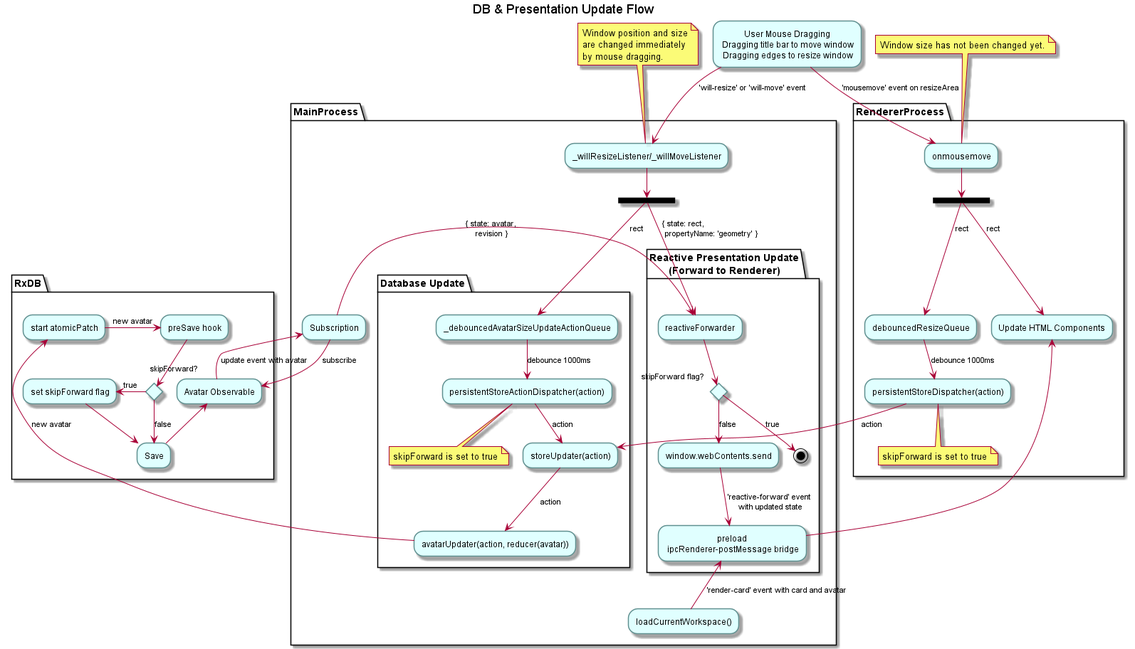
This is doc/rxdesktop_store.png from sosuisen/rxdesktop, a PlantUML export, as it was before one commit.
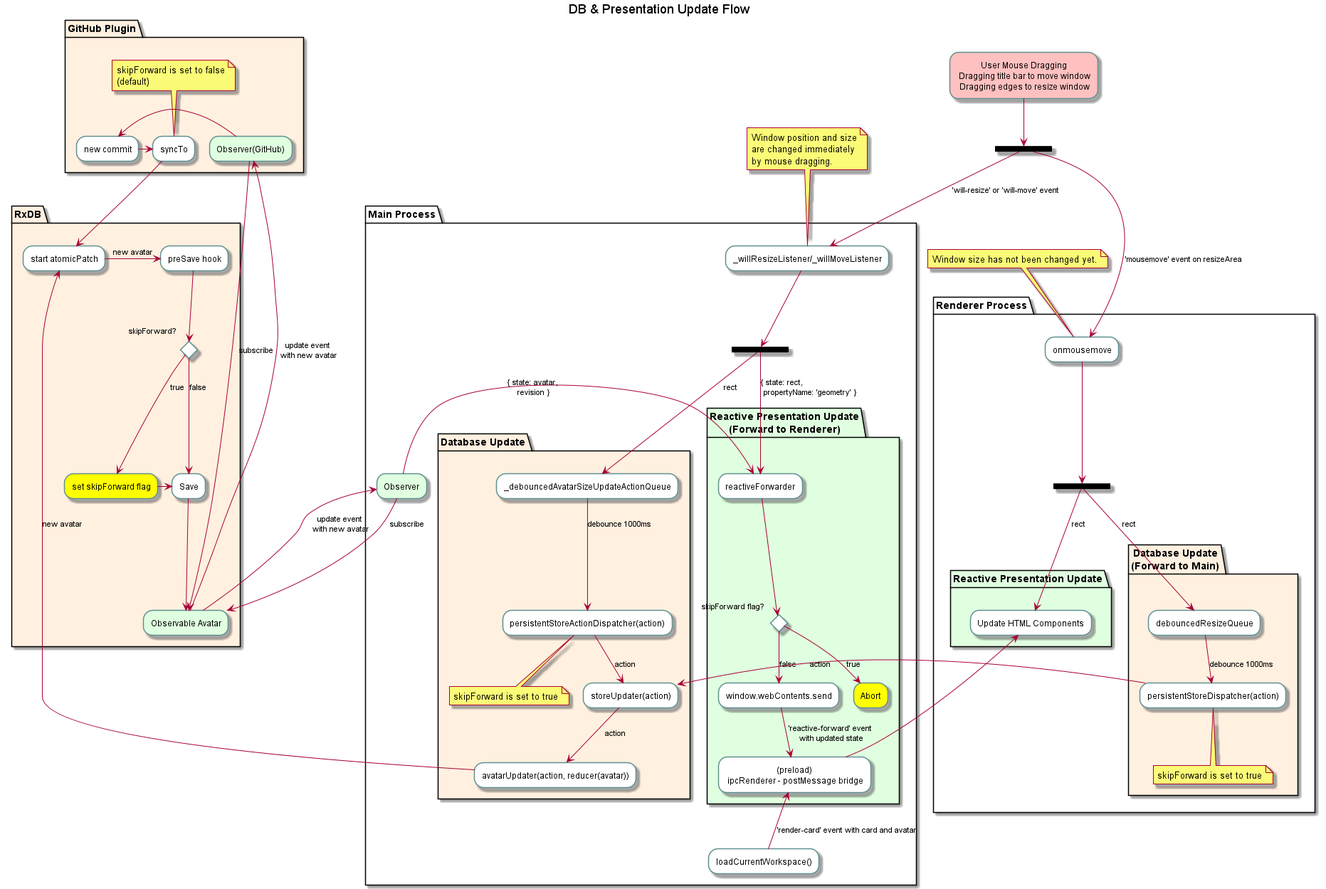
The same diagram one commit later.

Commit message:
add: Add GitHub plugin to puml diagram

Diff of the diagram source:
```diff
@@ -2,15 +2,15 @@
 title DB & Presentation Update Flow
 
 skinparam activity {
-  BackgroundColor #e0ffff
+  BackgroundColor #ffffff
   BorderColor #609090
 }
 
 
-partition MainProcess {
+partition "Main Process" {
     "_willResizeListener/_willMoveListener" -down-> ===B1===
 
-    partition "Database Update" {
+    partition "Database Update" #fff0e0 {
         ===B1=== --> [rect] "_debouncedAvatarSizeUpdateActionQueue"
         "_debouncedAvatarSizeUpdateActionQueue" --> [debounce 1000ms] "persistentStoreActionDispatcher(action)"
         note bottom
@@ -19,54 +19,71 @@
         "persistentStoreActionDispatcher(action)" --> [action] "storeUpdater(action)"
         "storeUpdater(action)" --> [action] "avatarUpdater(action, reducer(avatar))"
     }
-    partition "Reactive Presentation Update\n(Forward to Renderer)" {
+    partition "Reactive Presentation Update\n(Forward to Renderer)" #e0ffe0 {
         ===B1=== --> [{ state: rect,                         \n propertyName: 'geometry' }] "reactiveForwarder"
         if "skipForward flag?" then
-            -->[true] (*)
+            -->[true] "Abort" #ffff00
         else
             -->[false] "window.webContents.send"
         endif
-        "window.webContents.send" --> ['reactive-forward' event\n with updated state] "preload\n ipcRenderer-postMessage bridge"
+        "window.webContents.send" --> ['reactive-forward' event\n with updated state] "(preload)\n ipcRenderer - postMessage bridge"
     }
-    "Subscription" -right-> [{ state: avatar,\n revision }] "reactiveForwarder"
-    "loadCurrentWorkspace()" -up-> ['render-card' event with card and avatar] "preload\n ipcRenderer-postMessage bridge"
+    "Observer" #e0ffe0 -right-> [{ state: avatar,\n revision }] "reactiveForwarder"
+    "loadCurrentWorkspace()" -up-> ['render-card' event with card and avatar] "(preload)\n ipcRenderer - postMessage bridge"
 
 }
 
-partition RxDB {
+partition RxDB  #fff0e0 {
     "avatarUpdater(action, reducer(avatar))" --> [new avatar] "start atomicPatch"
     "start atomicPatch" -left-> [new avatar] "preSave hook"
     if "skipForward?" then
-        -left-> [true] "set skipForward flag"
+        --> [true] "set skipForward flag" #ffff00
         -right-> "Save"
     else
         --> [false] "Save"
-    "Save" -up-> "Avatar Observable"
+    "Save" -down-> "Observable Avatar"
 
-    "Subscription" --> [subscribe] "Avatar Observable"
-    "Avatar Observable" --> [update event with avatar] "Subscription"
+    "Observer" --> [subscribe] "Observable Avatar"
+    "Observable Avatar" #e0ffe0 --> [update event\n with new avatar] "Observer"
 }
 
-partition RendererProcess {
-    "preload\n ipcRenderer-postMessage bridge" --> "Update HTML Components"
-    "onmousemove" --> ===B2===
-     --> [rect] "Update HTML Components"
-    ===B2=== --> [rect] "debouncedResizeQueue"
-    "debouncedResizeQueue" --> [debounce 1000ms] "persistentStoreDispatcher(action)"
-    note bottom
-      skipForward is set to true
+partition "GitHub Plugin" #fff0e0 {
+    "new commit" -right-> "syncTo"
+    note top
+        skipForward is set to false
+        (default)
     end note
-    "persistentStoreDispatcher(action)" --> [action] "storeUpdater(action)"
+    "syncTo" --> "start atomicPatch"
+    "Observable Avatar" -up-> [update event\n with new avatar] "Observer(GitHub)" #e0ffe0
+    "Observer(GitHub)" -right-> [subscribe] "Observable Avatar"
+    "Observer(GitHub)" -left-> "new commit"
 }
 
-"User Mouse Dragging\n Dragging title bar to move window\n Dragging edges to resize window" --> ['will-resize' or 'will-move' event] "_willResizeListener/_willMoveListener"
+partition "Renderer Process" {
+    "onmousemove" --> ===B2===
+    partition "Reactive Presentation Update" #e0ffe0 {
+        "(preload)\n ipcRenderer - postMessage bridge" --> "Update HTML Components"
+        ===B2=== --> [rect] "Update HTML Components"
+    }
+    partition "Database Update\n(Forward to Main)" #fff0e0 {
+    ===B2=== --> [rect] "debouncedResizeQueue"
+        "debouncedResizeQueue" --> [debounce 1000ms] "persistentStoreDispatcher(action)"
+        note bottom
+          skipForward is set to true
+        end note
+        "persistentStoreDispatcher(action)" -right-> [action] "storeUpdater(action)"
+    }
+}
+
+"User Mouse Dragging\n Dragging title bar to move window\n Dragging edges to resize window" #ffc0c0 --> ===B0===
+--> ['will-resize' or 'will-move' event] "_willResizeListener/_willMoveListener"
 note top
     Window position and size
     are changed immediately
     by mouse dragging.
 end note
 
-"User Mouse Dragging\n Dragging title bar to move window\n Dragging edges to resize window" -left-> ['mousemove' event on resizeArea] "onmousemove"
+===B0=== -left-> ['mousemove' event on resizeArea] "onmousemove"
 note top
     Window size has not been changed yet.
 end note
```
